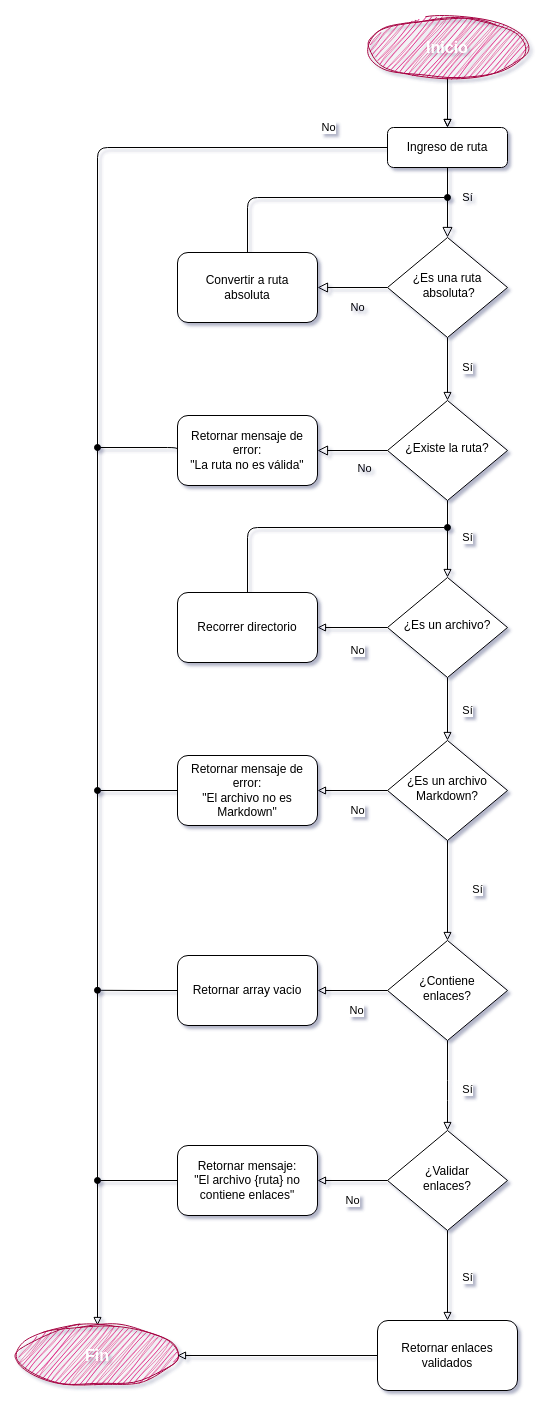
This is diagrama.drawio from LizettePerez/DEV006-md-links, a draw.io file, before an edit. Source tidied: cells renumbered, new cells numbered last; positions are measured from the earlier drawing's top-left corner, leaving out a move shared by most shapes. Both pictures are drawn from the tidied source at 100%, with x=0, y=0 at pixel (17, 17).
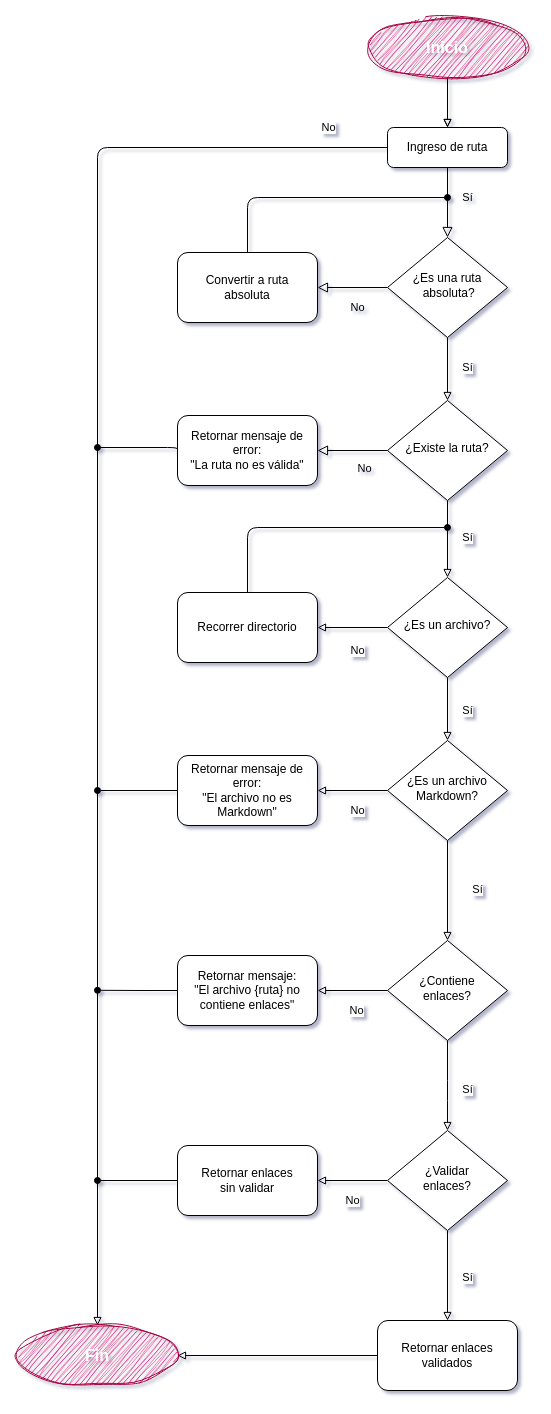
After the change.

Commit message (it also covers changes not shown here):
Diagrama de flujo modificado

The edit, as a diff of the source:
```diff
@@
-    <mxCell id="33" value="Retornar array vacio" style="rounded=1;whiteSpace=wrap;html=1;fontSize=12;glass=0;strokeWidth=1;shadow=0;" parent="1" vertex="1">
+    <mxCell id="33" value="Retornar mensaje:&lt;br&gt;&quot;El archivo {ruta} no contiene enlaces&quot;" style="rounded=1;whiteSpace=wrap;html=1;fontSize=12;glass=0;strokeWidth=1;shadow=0;" parent="1" vertex="1">
       <mxGeometry x="160" y="938" width="140" height="70" as="geometry" />
     </mxCell>
@@
-    <mxCell id="38" value="Retornar mensaje: &lt;br&gt;&quot;El archivo {ruta} no contiene enlaces&quot;" style="rounded=1;whiteSpace=wrap;html=1;fontSize=12;glass=0;strokeWidth=1;shadow=0;" parent="1" vertex="1">
+    <mxCell id="38" value="Retornar enlaces&lt;br&gt;sin validar" style="rounded=1;whiteSpace=wrap;html=1;fontSize=12;glass=0;strokeWidth=1;shadow=0;" parent="1" vertex="1">
       <mxGeometry x="160" y="1128" width="140" height="70" as="geometry" />
     </mxCell>
```
